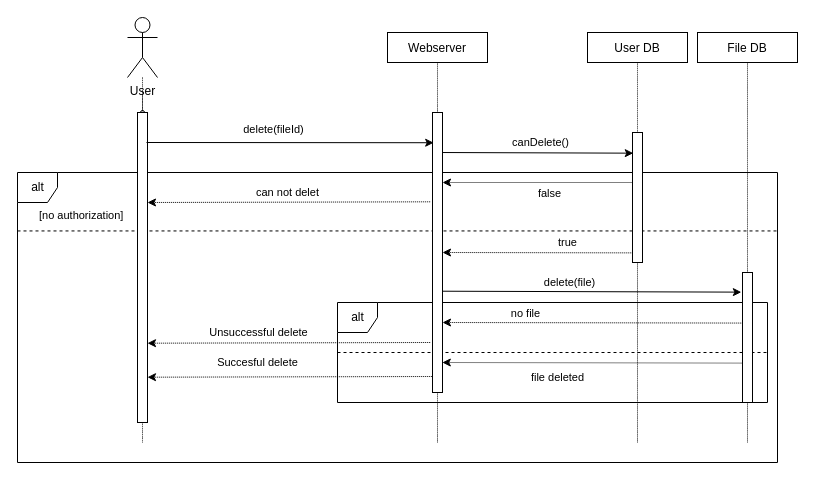
Before: page "delete" (5 of 8) of Diagrams/sequence/search.drawio in rittakos/CreaTeam-ComputerSecurity, a draw.io diagram. Source tidied: cells renumbered, new cells numbered last; positions are measured from the earlier drawing's top-left corner, leaving out a move shared by most shapes. Both pictures are drawn from the tidied source at 100%, with x=0, y=0 at pixel (17, 17).
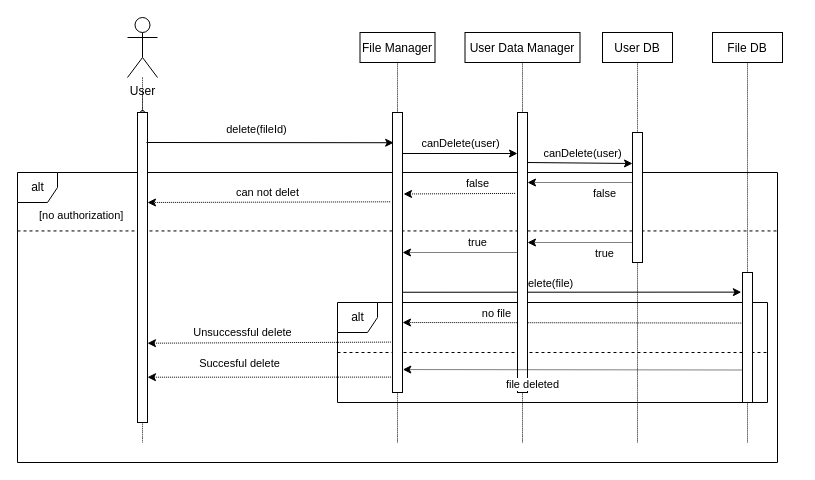
Above is the later version.

Unchanged cells that the change refers to:
```xml
<mxCell id="2" value="alt" style="shape=umlFrame;tabWidth=110;tabHeight=30;tabPosition=left;html=1;boundedLbl=1;labelInHeader=1;width=40;height=30;" parent="1" vertex="1">
  <mxGeometry y="155" width="760" height="290" as="geometry" />
</mxCell>
<mxCell id="3" value="alt" style="shape=umlFrame;tabWidth=110;tabHeight=30;tabPosition=left;html=1;boundedLbl=1;labelInHeader=1;width=40;height=30;" parent="2" vertex="1">
  <mxGeometry x="320" y="130" width="430" height="100" as="geometry" />
</mxCell>
<mxCell id="6" style="rounded=0;dashed=0;" parent="3" vertex="1">
  <mxGeometry x="405" y="-30" width="10" height="130" as="geometry" />
</mxCell>
<mxCell id="33" style="rounded=0;dashed=0;" parent="1" vertex="1">
  <mxGeometry x="615" y="115" width="10" height="130" as="geometry" />
</mxCell>
```

What changed in the source:
```diff
@@
+    <mxCell id="12" value="delete(file)" style="endArrow=classic;html=1;rounded=0;entryX=-0.115;entryY=0.151;entryDx=0;entryDy=0;entryPerimeter=0;exitX=0.5;exitY=0.642;exitDx=0;exitDy=0;exitPerimeter=0;" parent="1" edge="1" source="26" target="6">
+      <mxGeometry x="-0.13" y="9" relative="1" as="geometry" />
+    </mxCell>
@@
-    <mxCell id="7" style="endArrow=classic;html=1;rounded=0;dashed=1;dashPattern=1 1;fontSize=11;exitX=0.025;exitY=0.389;exitDx=0;exitDy=0;exitPerimeter=0;entryX=1;entryY=0.75;entryDx=0;entryDy=0;" parent="3" edge="1">
-      <mxGeometry relative="1" as="geometry">
-        <mxPoint x="405" y="60.6" as="sourcePoint" />
-        <mxPoint x="104.8" y="60" as="targetPoint" />
-      </mxGeometry>
-    </mxCell>
-    <mxCell id="8" value="file deleted" style="edgeLabel;html=1;align=center;verticalAlign=middle;fontSize=11;" parent="7" vertex="1">
-      <mxGeometry x="0.29" y="2" relative="1" as="geometry">
-        <mxPoint x="9" y="12" as="offset" />
-      </mxGeometry>
-    </mxCell>
@@
-    <mxCell id="11" value="Succesful delete" style="endArrow=classic;html=1;rounded=0;exitX=-0.232;exitY=0.319;exitDx=0;exitDy=0;exitPerimeter=0;dashed=1;dashPattern=1 1;" parent="2" edge="1">
+    <mxCell id="11" value="Succesful delete" style="endArrow=classic;html=1;rounded=0;exitX=-0.162;exitY=0.945;exitDx=0;exitDy=0;exitPerimeter=0;dashed=1;dashPattern=1 1;" parent="2" edge="1" source="26">
       <mxGeometry x="0.24" y="-14" relative="1" as="geometry">
-        <mxPoint x="420.3" y="204" as="sourcePoint" />
         <mxPoint x="130" y="204.7" as="targetPoint" />
       </mxGeometry>
     </mxCell>
-    <mxCell id="12" value="delete(file)" style="endArrow=classic;html=1;rounded=0;entryX=-0.115;entryY=0.151;entryDx=0;entryDy=0;entryPerimeter=0;" parent="2" edge="1" target="6">
-      <mxGeometry x="-0.13" y="9" relative="1" as="geometry">
-        <mxPoint x="420" y="118.7" as="sourcePoint" />
-      </mxGeometry>
-    </mxCell>
-    <mxCell id="13" value="Unsuccessful delete" style="endArrow=classic;html=1;rounded=0;exitX=-0.232;exitY=0.319;exitDx=0;exitDy=0;exitPerimeter=0;dashed=1;dashPattern=1 1;" parent="2" edge="1">
+    <mxCell id="13" value="Unsuccessful delete" style="endArrow=classic;html=1;rounded=0;exitX=-0.162;exitY=0.82;exitDx=0;exitDy=0;exitPerimeter=0;dashed=1;dashPattern=1 1;" parent="2" edge="1" source="26">
       <mxGeometry x="0.22" y="-10" relative="1" as="geometry">
-        <mxPoint x="412.7" y="170" as="sourcePoint" />
         <mxPoint x="130" y="170.7" as="targetPoint" />
       </mxGeometry>
     </mxCell>
+    <mxCell id="39" style="endArrow=classic;html=1;rounded=0;entryX=1;entryY=0.25;entryDx=0;entryDy=0;dashed=1;dashPattern=1 1;" parent="2" edge="1">
+      <mxGeometry relative="1" as="geometry">
+        <mxPoint x="620" y="70" as="sourcePoint" />
+        <mxPoint x="510" y="70" as="targetPoint" />
+      </mxGeometry>
+    </mxCell>
+    <mxCell id="40" value="true" style="edgeLabel;html=1;align=center;verticalAlign=middle;" parent="39" vertex="1">
+      <mxGeometry x="0.3" y="2" relative="1" as="geometry">
+        <mxPoint x="38" y="8" as="offset" />
+      </mxGeometry>
+    </mxCell>
-    <mxCell id="14" value="true" style="endArrow=classic;html=1;rounded=0;entryX=1;entryY=0.5;entryDx=0;entryDy=0;dashed=1;dashPattern=1 1;exitX=0.078;exitY=0.926;exitDx=0;exitDy=0;exitPerimeter=0;" parent="1" edge="1" source="33" target="26">
+    <mxCell id="14" value="true" style="endArrow=classic;html=1;rounded=0;entryX=1;entryY=0.5;entryDx=0;entryDy=0;dashed=1;dashPattern=1 1;exitX=0;exitY=0.5;exitDx=0;exitDy=0;" parent="1" edge="1" source="44" target="26">
       <mxGeometry x="-0.31" y="-10" relative="1" as="geometry" />
     </mxCell>
-    <mxCell id="15" value="canDelete()" style="endArrow=classic;html=1;rounded=0;entryX=0.078;entryY=0.159;entryDx=0;entryDy=0;entryPerimeter=0;" parent="1" edge="1" target="33">
+    <mxCell id="15" value="canDelete(user)" style="endArrow=classic;html=1;rounded=0;" parent="1" edge="1">
       <mxGeometry x="0.05" y="10" relative="1" as="geometry">
-        <mxPoint x="420" y="135" as="sourcePoint" />
+        <mxPoint x="380" y="136" as="sourcePoint" />
+        <mxPoint x="500" y="136" as="targetPoint" />
       </mxGeometry>
     </mxCell>
-    <mxCell id="16" style="endArrow=classic;html=1;rounded=0;entryX=1;entryY=0.25;entryDx=0;entryDy=0;dashed=1;dashPattern=1 1;" parent="1" edge="1" target="26">
+    <mxCell id="16" style="endArrow=classic;html=1;rounded=0;entryX=1;entryY=0.25;entryDx=0;entryDy=0;dashed=1;dashPattern=1 1;" parent="1" edge="1" target="44">
       <mxGeometry relative="1" as="geometry">
         <mxPoint x="620" y="165" as="sourcePoint" />
       </mxGeometry>
     </mxCell>
@@
     <mxCell id="21" value="User DB" style="rounded=0;dashed=0;" parent="1" vertex="1">
-      <mxGeometry x="570" y="15" width="100" height="30" as="geometry" />
+      <mxGeometry x="585" y="15" width="70" height="30" as="geometry" />
     </mxCell>
@@
     <mxCell id="23" style="html=1;verticalAlign=bottom;startArrow=none;endArrow=none;dashed=1;rounded=0;dashPattern=1 1;endSize=4;curved=1;" parent="1" edge="1" target="26">
       <mxGeometry relative="1" as="geometry">
-        <mxPoint x="420" y="425" as="sourcePoint" />
+        <mxPoint x="380" y="425" as="sourcePoint" />
       </mxGeometry>
     </mxCell>
-    <mxCell id="24" value="Webserver" style="rounded=0;dashed=0;" parent="1" vertex="1">
-      <mxGeometry x="370" y="15" width="100" height="30" as="geometry" />
+    <mxCell id="24" value="File Manager" style="rounded=0;dashed=0;" parent="1" vertex="1">
+      <mxGeometry x="342.5" y="15" width="75" height="30" as="geometry" />
     </mxCell>
@@
     <mxCell id="26" style="rounded=0;dashed=0;" parent="1" vertex="1">
-      <mxGeometry x="415" y="95" width="10" height="280" as="geometry" />
+      <mxGeometry x="375" y="95" width="10" height="280" as="geometry" />
     </mxCell>
@@
     <mxCell id="35" value="File DB" style="rounded=0;dashed=0;" parent="1" vertex="1">
-      <mxGeometry x="680" y="15" width="100" height="30" as="geometry" />
+      <mxGeometry x="695" y="15" width="70" height="30" as="geometry" />
     </mxCell>
@@
+    <mxCell id="41" style="html=1;verticalAlign=bottom;startArrow=none;endArrow=none;dashed=1;rounded=0;dashPattern=1 1;endSize=4;curved=1;" parent="1" edge="1" target="44">
+      <mxGeometry relative="1" as="geometry">
+        <mxPoint x="505" y="425" as="sourcePoint" />
+      </mxGeometry>
+    </mxCell>
+    <mxCell id="42" value="User Data Manager" style="rounded=0;dashed=0;" parent="1" vertex="1">
+      <mxGeometry x="447.5" y="15" width="115" height="30" as="geometry" />
+    </mxCell>
+    <mxCell id="43" style="html=1;verticalAlign=bottom;startArrow=none;endArrow=none;dashed=1;rounded=0;dashPattern=1 1;endSize=4;curved=1;" parent="1" edge="1" source="44" target="42">
+      <mxGeometry relative="1" as="geometry" />
+    </mxCell>
+    <mxCell id="44" style="rounded=0;dashed=0;" parent="1" vertex="1">
+      <mxGeometry x="500" y="95" width="10" height="280" as="geometry" />
+    </mxCell>
+    <mxCell id="45" value="false" style="endArrow=classic;html=1;rounded=0;dashed=1;dashPattern=1 1;entryX=1.101;entryY=0.291;entryDx=0;entryDy=0;entryPerimeter=0;exitX=-0.241;exitY=0.289;exitDx=0;exitDy=0;exitPerimeter=0;" parent="1" edge="1" source="44" target="26">
+      <mxGeometry x="-0.31" y="-10" relative="1" as="geometry" />
+    </mxCell>
+    <mxCell id="46" style="endArrow=classic;html=1;rounded=0;dashed=1;dashPattern=1 1;fontSize=11;exitX=0;exitY=0.75;exitDx=0;exitDy=0;entryX=1.031;entryY=0.918;entryDx=0;entryDy=0;entryPerimeter=0;" parent="1" edge="1" source="6" target="26">
+      <mxGeometry relative="1" as="geometry" />
+    </mxCell>
+    <mxCell id="8" value="file deleted" style="edgeLabel;html=1;align=center;verticalAlign=middle;fontSize=11;" parent="46" vertex="1">
+      <mxGeometry x="0.29" y="2" relative="1" as="geometry">
+        <mxPoint x="9" y="12" as="offset" />
+      </mxGeometry>
+    </mxCell>
+    <mxCell id="47" value="canDelete(user)" style="endArrow=classic;html=1;rounded=0;" parent="1" edge="1">
+      <mxGeometry x="0.05" y="10" relative="1" as="geometry">
+        <mxPoint x="510" y="145" as="sourcePoint" />
+        <mxPoint x="615" y="146" as="targetPoint" />
+      </mxGeometry>
+    </mxCell>
```
